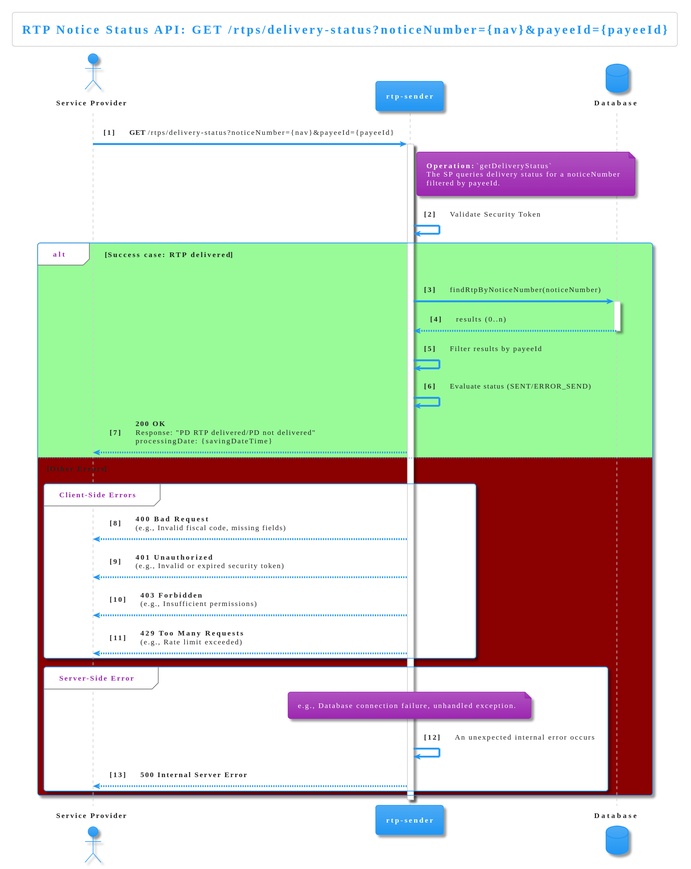
pagopa/rtp-docs keeps this PlantUML diagram as diagrams/get-delivery-status.svg. Above is the earlier version.
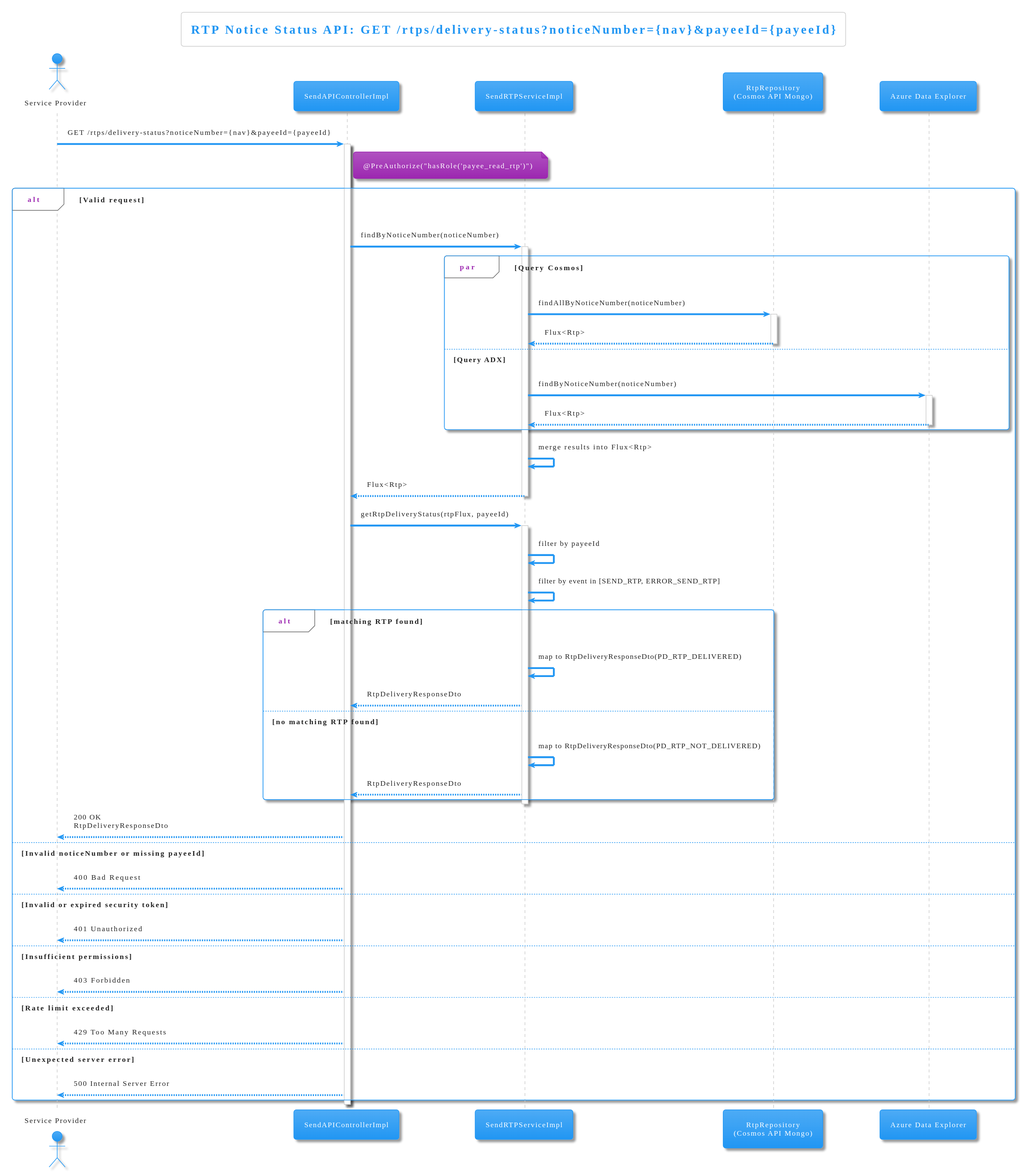
Above is the later version.

Commit message:
feat: [SRTP-1674] update dr azure data explorer (#41)

What changed in the source:
```diff
@@ -1,54 +1,71 @@
 @startuml
-
 !theme materia
 
 title RTP Notice Status API: GET /rtps/delivery-status?noticeNumber={nav}&payeeId={payeeId}
 
-actor "**Service Provider**" as SP
-participant "**rtp-sender**" as RS
-database "**Database**" as DB
+actor "Service Provider" as Client
+participant "SendAPIControllerImpl" as Controller
+participant "SendRTPServiceImpl" as Service
+participant "RtpRepository\n(Cosmos API Mongo)" as Repository
+participant "Azure Data Explorer" as ADX
 
-autonumber "<b>[0]"
+Client -> Controller : GET /rtps/delivery-status?noticeNumber={nav}&payeeId={payeeId}
+activate Controller
+note right of Controller : @PreAuthorize("hasRole('payee_read_rtp')")
 
-SP -> RS: **GET** /rtps/delivery-status?noticeNumber={nav}&payeeId={payeeId}
-activate RS
+alt Valid request
 
-note right of RS
-  **Operation:** `getDeliveryStatus`
-  The SP queries delivery status for a noticeNumber
-  filtered by payeeId.
-end note
+    Controller -> Service : findByNoticeNumber(noticeNumber)
+    activate Service
 
-RS -> RS: Validate Security Token
+    par Query Cosmos
+        Service -> Repository : findAllByNoticeNumber(noticeNumber)
+        activate Repository
+        Repository --> Service : Flux<Rtp>
+        deactivate Repository
+    else Query ADX
+        Service -> ADX : findByNoticeNumber(noticeNumber)
+        activate ADX
+        ADX --> Service : Flux<Rtp>
+        deactivate ADX
+    end
 
-alt #palegreen **Success case: RTP delivered**
+    Service -> Service : merge results into Flux<Rtp>
+    Service --> Controller : Flux<Rtp>
+    deactivate Service
 
-    RS -> DB: findRtpByNoticeNumber(noticeNumber)
-    activate DB
-    DB --> RS: results (0..n)
-    deactivate DB
+    Controller -> Service : getRtpDeliveryStatus(rtpFlux, payeeId)
+    activate Service
+    Service -> Service : filter by payeeId
+    Service -> Service : filter by event in [SEND_RTP, ERROR_SEND_RTP]
 
-    RS -> RS: Filter results by payeeId
-    RS -> RS: Evaluate status (SENT/ERROR_SEND)
+    alt matching RTP found
+        Service -> Service : map to RtpDeliveryResponseDto(PD_RTP_DELIVERED)
+        Service --> Controller : RtpDeliveryResponseDto
+    else no matching RTP found
+        Service -> Service : map to RtpDeliveryResponseDto(PD_RTP_NOT_DELIVERED)
+        Service --> Controller : RtpDeliveryResponseDto
+    end
 
-    RS --> SP: **200 OK**\nResponse: "PD RTP delivered/PD not delivered"\nprocessingDate: {savingDateTime}
+    deactivate Service
+    Controller --> Client : 200 OK\nRtpDeliveryResponseDto
 
-else #darkred **Other Errors**
+else Invalid noticeNumber or missing payeeId
+    Controller --> Client : 400 Bad Request
 
-    group Client-Side Errors
-        RS --> SP: **400 Bad Request**\n(e.g., Invalid fiscal code, missing fields)
-        RS --> SP: **401 Unauthorized**\n(e.g., Invalid or expired security token)
-        RS --> SP: **403 Forbidden**\n(e.g., Insufficient permissions)
-        RS --> SP: **429 Too Many Requests**\n(e.g., Rate limit exceeded)
-    end group
+else Invalid or expired security token
+    Controller --> Client : 401 Unauthorized
 
-    group Server-Side Error
-         note over RS: e.g., Database connection failure, unhandled exception.
-         RS -> RS: An unexpected internal error occurs
-         RS --> SP: **500 Internal Server Error**
-    end group
+else Insufficient permissions
+    Controller --> Client : 403 Forbidden
+
+else Rate limit exceeded
+    Controller --> Client : 429 Too Many Requests
+
+else Unexpected server error
+    Controller --> Client : 500 Internal Server Error
 
 end
 
-deactivate RS
+deactivate Controller
 @enduml
```
